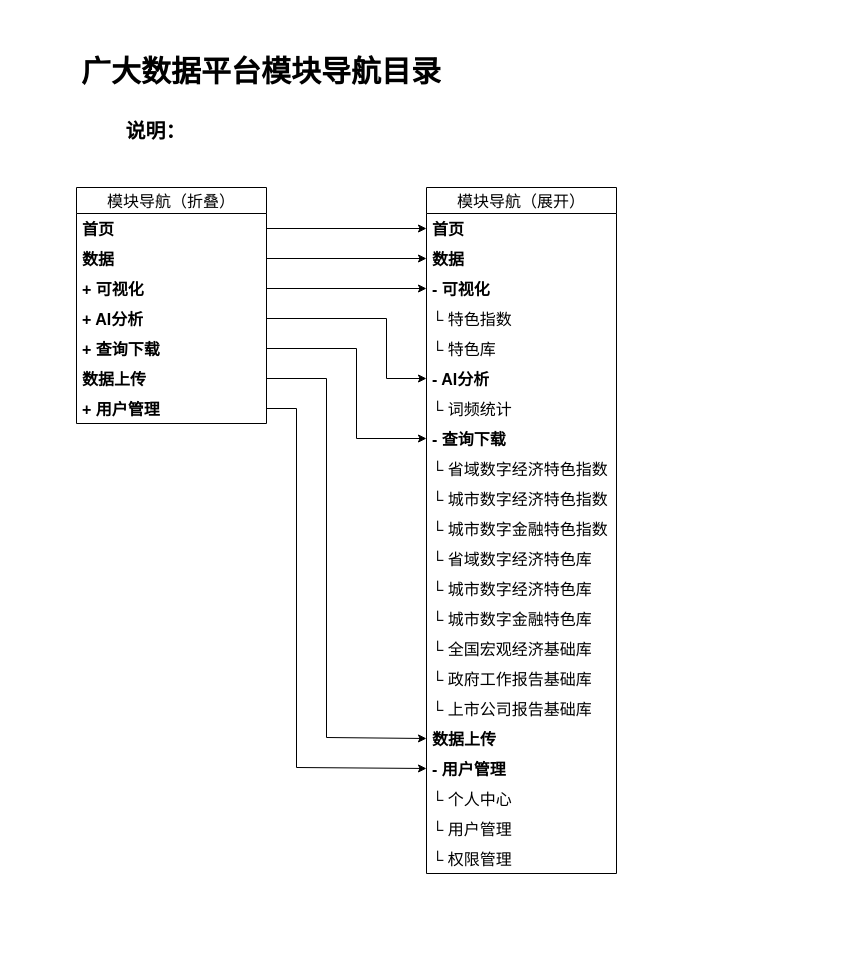
Above: page "二期导航目录" (3 of 10) of 广大数据平台逻辑图.drawio in wangzijia122/drawio_repository (draw.io), before the change. Source tidied: cells renumbered, new cells numbered last; positions are measured from the earlier drawing's top-left corner, leaving out a move shared by most shapes. Both pictures are drawn from the tidied source at 100%, with x=0, y=0 at pixel (76, 27).
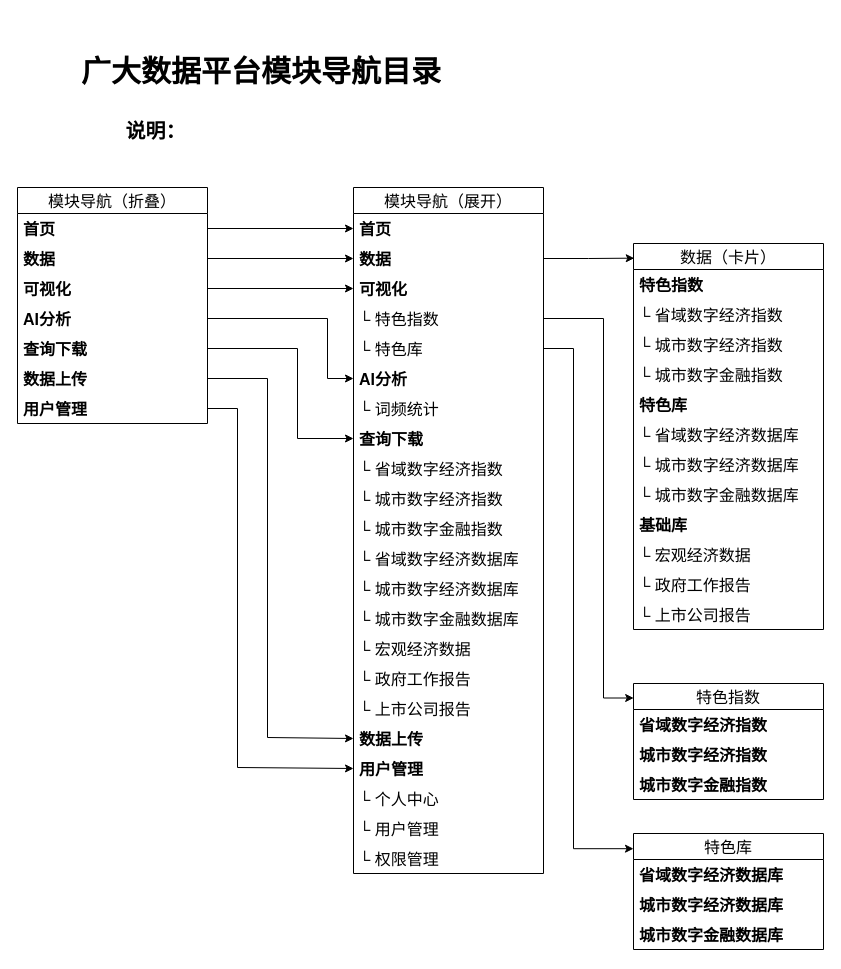
After the change.

Commit message (it also covers changes not shown here):
更新广大数据平台逻辑图.drawio

The change refers to these unchanged cells:
```xml
<mxCell id="5" value="数据" style="text;strokeColor=none;fillColor=none;spacingLeft=4;spacingRight=4;overflow=hidden;points=[[0,0.5],[1,0.5]];portConstraint=eastwest;fontSize=16;whiteSpace=wrap;html=1;fontStyle=1;" parent="3" vertex="1">
  <mxGeometry y="56" width="190" height="30" as="geometry" />
</mxCell>
<mxCell id="7" value="└ 特色指数" style="text;strokeColor=none;fillColor=none;spacingLeft=4;spacingRight=4;overflow=hidden;points=[[0,0.5],[1,0.5]];portConstraint=eastwest;fontSize=16;whiteSpace=wrap;html=1;" parent="3" vertex="1">
  <mxGeometry y="116" width="190" height="30" as="geometry" />
</mxCell>
<mxCell id="8" value="└ 特色库" style="text;strokeColor=none;fillColor=none;spacingLeft=4;spacingRight=4;overflow=hidden;points=[[0,0.5],[1,0.5]];portConstraint=eastwest;fontSize=16;whiteSpace=wrap;html=1;" parent="3" vertex="1">
  <mxGeometry y="146" width="190" height="30" as="geometry" />
</mxCell>
<mxCell id="21" value="数据上传" style="text;strokeColor=none;fillColor=none;spacingLeft=4;spacingRight=4;overflow=hidden;points=[[0,0.5],[1,0.5]];portConstraint=eastwest;fontSize=16;whiteSpace=wrap;html=1;fontStyle=1;" parent="3" vertex="1">
  <mxGeometry y="536" width="190" height="30" as="geometry" />
</mxCell>
<mxCell id="32" value="数据上传" style="text;strokeColor=none;fillColor=none;spacingLeft=4;spacingRight=4;overflow=hidden;points=[[0,0.5],[1,0.5]];portConstraint=eastwest;fontSize=16;whiteSpace=wrap;html=1;fontStyle=1;" parent="26" vertex="1">
  <mxGeometry y="176" width="190" height="30" as="geometry" />
</mxCell>
```

Diff of the diagram source:
```diff
@@
     <mxCell id="3" value="模块导航（展开）" style="swimlane;fontStyle=0;horizontal=1;startSize=26;align=center;fontSize=16;" parent="1" vertex="1">
-      <mxGeometry x="350" y="160" width="190" height="686" as="geometry" />
+      <mxGeometry x="277" y="160" width="190" height="686" as="geometry" />
     </mxCell>
@@
-    <mxCell id="6" value="- 可视化" style="text;strokeColor=none;fillColor=none;spacingLeft=4;spacingRight=4;overflow=hidden;points=[[0,0.5],[1,0.5]];portConstraint=eastwest;fontSize=16;whiteSpace=wrap;html=1;fontStyle=1;" parent="3" vertex="1">
+    <mxCell id="6" value="可视化" style="text;strokeColor=none;fillColor=none;spacingLeft=4;spacingRight=4;overflow=hidden;points=[[0,0.5],[1,0.5]];portConstraint=eastwest;fontSize=16;whiteSpace=wrap;html=1;fontStyle=1;" parent="3" vertex="1">
       <mxGeometry y="86" width="190" height="30" as="geometry" />
     </mxCell>
@@
-    <mxCell id="9" value="- AI分析" style="text;strokeColor=none;fillColor=none;spacingLeft=4;spacingRight=4;overflow=hidden;points=[[0,0.5],[1,0.5]];portConstraint=eastwest;fontSize=16;whiteSpace=wrap;html=1;fontStyle=1;" parent="3" vertex="1">
+    <mxCell id="9" value="AI分析" style="text;strokeColor=none;fillColor=none;spacingLeft=4;spacingRight=4;overflow=hidden;points=[[0,0.5],[1,0.5]];portConstraint=eastwest;fontSize=16;whiteSpace=wrap;html=1;fontStyle=1;" parent="3" vertex="1">
       <mxGeometry y="176" width="190" height="30" as="geometry" />
     </mxCell>
@@
-    <mxCell id="11" value="- 查询下载" style="text;strokeColor=none;fillColor=none;spacingLeft=4;spacingRight=4;overflow=hidden;points=[[0,0.5],[1,0.5]];portConstraint=eastwest;fontSize=16;whiteSpace=wrap;html=1;fontStyle=1;" parent="3" vertex="1">
+    <mxCell id="11" value="查询下载" style="text;strokeColor=none;fillColor=none;spacingLeft=4;spacingRight=4;overflow=hidden;points=[[0,0.5],[1,0.5]];portConstraint=eastwest;fontSize=16;whiteSpace=wrap;html=1;fontStyle=1;" parent="3" vertex="1">
       <mxGeometry y="236" width="190" height="30" as="geometry" />
     </mxCell>
-    <mxCell id="12" value="└&amp;nbsp;省域数字经济特色指数" style="text;strokeColor=none;fillColor=none;spacingLeft=4;spacingRight=4;overflow=hidden;fontSize=16;whiteSpace=wrap;html=1;" parent="3" vertex="1">
+    <mxCell id="12" value="└&amp;nbsp;省域数字经济指数" style="text;strokeColor=none;fillColor=none;spacingLeft=4;spacingRight=4;overflow=hidden;fontSize=16;whiteSpace=wrap;html=1;" parent="3" vertex="1">
       <mxGeometry y="266" width="190" height="30" as="geometry" />
     </mxCell>
-    <mxCell id="13" value="└ 城市数字经济特色指数" style="text;strokeColor=none;fillColor=none;spacingLeft=4;spacingRight=4;overflow=hidden;fontSize=16;whiteSpace=wrap;html=1;" parent="3" vertex="1">
+    <mxCell id="13" value="└ 城市数字经济指数" style="text;strokeColor=none;fillColor=none;spacingLeft=4;spacingRight=4;overflow=hidden;fontSize=16;whiteSpace=wrap;html=1;" parent="3" vertex="1">
       <mxGeometry y="296" width="190" height="30" as="geometry" />
     </mxCell>
-    <mxCell id="14" value="└&amp;nbsp;城市数字金融特色指数" style="text;strokeColor=none;fillColor=none;spacingLeft=4;spacingRight=4;overflow=hidden;fontSize=16;whiteSpace=wrap;html=1;" parent="3" vertex="1">
+    <mxCell id="14" value="└&amp;nbsp;城市数字金融指数" style="text;strokeColor=none;fillColor=none;spacingLeft=4;spacingRight=4;overflow=hidden;fontSize=16;whiteSpace=wrap;html=1;" parent="3" vertex="1">
       <mxGeometry y="326" width="190" height="30" as="geometry" />
     </mxCell>
-    <mxCell id="15" value="└&amp;nbsp;省域数字经济特色库" style="text;strokeColor=none;fillColor=none;spacingLeft=4;spacingRight=4;overflow=hidden;fontSize=16;whiteSpace=wrap;html=1;" parent="3" vertex="1">
+    <mxCell id="15" value="└&amp;nbsp;省域数字经济数据库" style="text;strokeColor=none;fillColor=none;spacingLeft=4;spacingRight=4;overflow=hidden;fontSize=16;whiteSpace=wrap;html=1;" parent="3" vertex="1">
       <mxGeometry y="356" width="190" height="30" as="geometry" />
     </mxCell>
-    <mxCell id="16" value="└ 城市数字经济特色库" style="text;strokeColor=none;fillColor=none;spacingLeft=4;spacingRight=4;overflow=hidden;fontSize=16;whiteSpace=wrap;html=1;" parent="3" vertex="1">
+    <mxCell id="16" value="└ 城市数字经济数据库" style="text;strokeColor=none;fillColor=none;spacingLeft=4;spacingRight=4;overflow=hidden;fontSize=16;whiteSpace=wrap;html=1;" parent="3" vertex="1">
       <mxGeometry y="386" width="190" height="30" as="geometry" />
     </mxCell>
-    <mxCell id="17" value="└ 城市数字金融特色库" style="text;strokeColor=none;fillColor=none;spacingLeft=4;spacingRight=4;overflow=hidden;fontSize=16;whiteSpace=wrap;html=1;" parent="3" vertex="1">
+    <mxCell id="17" value="└ 城市数字金融数据库" style="text;strokeColor=none;fillColor=none;spacingLeft=4;spacingRight=4;overflow=hidden;fontSize=16;whiteSpace=wrap;html=1;" parent="3" vertex="1">
       <mxGeometry y="416" width="190" height="30" as="geometry" />
     </mxCell>
-    <mxCell id="18" value="└&amp;nbsp;全国宏观经济基础库" style="text;strokeColor=none;fillColor=none;spacingLeft=4;spacingRight=4;overflow=hidden;fontSize=16;whiteSpace=wrap;html=1;" parent="3" vertex="1">
+    <mxCell id="18" value="└ 宏观经济数据" style="text;strokeColor=none;fillColor=none;spacingLeft=4;spacingRight=4;overflow=hidden;fontSize=16;whiteSpace=wrap;html=1;" parent="3" vertex="1">
       <mxGeometry y="446" width="190" height="30" as="geometry" />
     </mxCell>
-    <mxCell id="19" value="└&amp;nbsp;政府工作报告基础库" style="text;strokeColor=none;fillColor=none;spacingLeft=4;spacingRight=4;overflow=hidden;fontSize=16;whiteSpace=wrap;html=1;" parent="3" vertex="1">
+    <mxCell id="19" value="└&amp;nbsp;政府工作报告" style="text;strokeColor=none;fillColor=none;spacingLeft=4;spacingRight=4;overflow=hidden;fontSize=16;whiteSpace=wrap;html=1;" parent="3" vertex="1">
       <mxGeometry y="476" width="190" height="30" as="geometry" />
     </mxCell>
-    <mxCell id="20" value="└&amp;nbsp;上市公司报告基础库" style="text;strokeColor=none;fillColor=none;spacingLeft=4;spacingRight=4;overflow=hidden;fontSize=16;whiteSpace=wrap;html=1;" parent="3" vertex="1">
+    <mxCell id="20" value="└&amp;nbsp;上市公司报告" style="text;strokeColor=none;fillColor=none;spacingLeft=4;spacingRight=4;overflow=hidden;fontSize=16;whiteSpace=wrap;html=1;" parent="3" vertex="1">
       <mxGeometry y="506" width="190" height="30" as="geometry" />
     </mxCell>
@@
-    <mxCell id="22" value="- 用户管理" style="text;strokeColor=none;fillColor=none;spacingLeft=4;spacingRight=4;overflow=hidden;points=[[0,0.5],[1,0.5]];portConstraint=eastwest;fontSize=16;whiteSpace=wrap;html=1;fontStyle=1;" parent="3" vertex="1">
+    <mxCell id="22" value="用户管理" style="text;strokeColor=none;fillColor=none;spacingLeft=4;spacingRight=4;overflow=hidden;points=[[0,0.5],[1,0.5]];portConstraint=eastwest;fontSize=16;whiteSpace=wrap;html=1;fontStyle=1;" parent="3" vertex="1">
       <mxGeometry y="566" width="190" height="30" as="geometry" />
     </mxCell>
@@
     <mxCell id="26" value="模块导航（折叠）" style="swimlane;fontStyle=0;horizontal=1;startSize=26;align=center;fontSize=16;" parent="1" vertex="1">
-      <mxGeometry y="160" width="190" height="236" as="geometry" />
+      <mxGeometry x="-59" y="160" width="190" height="236" as="geometry" />
     </mxCell>
@@
-    <mxCell id="29" value="+ 可视化" style="text;strokeColor=none;fillColor=none;spacingLeft=4;spacingRight=4;overflow=hidden;points=[[0,0.5],[1,0.5]];portConstraint=eastwest;fontSize=16;whiteSpace=wrap;html=1;fontStyle=1;" parent="26" vertex="1">
+    <mxCell id="29" value="可视化" style="text;strokeColor=none;fillColor=none;spacingLeft=4;spacingRight=4;overflow=hidden;points=[[0,0.5],[1,0.5]];portConstraint=eastwest;fontSize=16;whiteSpace=wrap;html=1;fontStyle=1;" parent="26" vertex="1">
       <mxGeometry y="86" width="190" height="30" as="geometry" />
     </mxCell>
-    <mxCell id="30" value="+ AI分析" style="text;strokeColor=none;fillColor=none;spacingLeft=4;spacingRight=4;overflow=hidden;points=[[0,0.5],[1,0.5]];portConstraint=eastwest;fontSize=16;whiteSpace=wrap;html=1;fontStyle=1;" parent="26" vertex="1">
+    <mxCell id="30" value="AI分析" style="text;strokeColor=none;fillColor=none;spacingLeft=4;spacingRight=4;overflow=hidden;points=[[0,0.5],[1,0.5]];portConstraint=eastwest;fontSize=16;whiteSpace=wrap;html=1;fontStyle=1;" parent="26" vertex="1">
       <mxGeometry y="116" width="190" height="30" as="geometry" />
     </mxCell>
-    <mxCell id="31" value="+ 查询下载" style="text;strokeColor=none;fillColor=none;spacingLeft=4;spacingRight=4;overflow=hidden;points=[[0,0.5],[1,0.5]];portConstraint=eastwest;fontSize=16;whiteSpace=wrap;html=1;fontStyle=1;" parent="26" vertex="1">
+    <mxCell id="31" value="查询下载" style="text;strokeColor=none;fillColor=none;spacingLeft=4;spacingRight=4;overflow=hidden;points=[[0,0.5],[1,0.5]];portConstraint=eastwest;fontSize=16;whiteSpace=wrap;html=1;fontStyle=1;" parent="26" vertex="1">
       <mxGeometry y="146" width="190" height="30" as="geometry" />
     </mxCell>
@@
-    <mxCell id="33" value="+ 用户管理" style="text;strokeColor=none;fillColor=none;spacingLeft=4;spacingRight=4;overflow=hidden;points=[[0,0.5],[1,0.5]];portConstraint=eastwest;fontSize=16;whiteSpace=wrap;html=1;fontStyle=1;" parent="26" vertex="1">
+    <mxCell id="33" value="用户管理" style="text;strokeColor=none;fillColor=none;spacingLeft=4;spacingRight=4;overflow=hidden;points=[[0,0.5],[1,0.5]];portConstraint=eastwest;fontSize=16;whiteSpace=wrap;html=1;fontStyle=1;" parent="26" vertex="1">
       <mxGeometry y="206" width="190" height="30" as="geometry" />
     </mxCell>
@@
     <mxCell id="37" style="edgeStyle=orthogonalEdgeStyle;rounded=0;jettySize=auto;html=1;exitX=1;exitY=0.5;exitDx=0;exitDy=0;entryX=0;entryY=0.5;entryDx=0;entryDy=0;fontSize=16;" parent="1" edge="1" source="30" target="9">
       <mxGeometry relative="1" as="geometry">
         <Array as="points">
-          <mxPoint x="310" y="291" />
-          <mxPoint x="310" y="351" />
+          <mxPoint x="251" y="291" />
+          <mxPoint x="251" y="351" />
         </Array>
       </mxGeometry>
     </mxCell>
     <mxCell id="38" style="edgeStyle=orthogonalEdgeStyle;rounded=0;jettySize=auto;html=1;exitX=1;exitY=0.5;exitDx=0;exitDy=0;entryX=0;entryY=0.5;entryDx=0;entryDy=0;fontSize=16;" parent="1" edge="1" source="31" target="11">
       <mxGeometry relative="1" as="geometry">
         <Array as="points">
-          <mxPoint x="280" y="321" />
-          <mxPoint x="280" y="411" />
+          <mxPoint x="221" y="321" />
+          <mxPoint x="221" y="411" />
         </Array>
       </mxGeometry>
     </mxCell>
     <mxCell id="39" style="edgeStyle=orthogonalEdgeStyle;rounded=0;jettySize=auto;html=1;exitX=1;exitY=0.5;exitDx=0;exitDy=0;entryX=0;entryY=0.5;entryDx=0;entryDy=0;fontSize=16;" parent="1" edge="1" source="32" target="21">
       <mxGeometry relative="1" as="geometry">
         <Array as="points">
-          <mxPoint x="250" y="351" />
-          <mxPoint x="250" y="710" />
+          <mxPoint x="191" y="351" />
+          <mxPoint x="191" y="710" />
         </Array>
       </mxGeometry>
     </mxCell>
     <mxCell id="40" style="edgeStyle=orthogonalEdgeStyle;rounded=0;jettySize=auto;html=1;exitX=1;exitY=0.5;exitDx=0;exitDy=0;entryX=0;entryY=0.5;entryDx=0;entryDy=0;fontSize=16;" parent="1" edge="1" source="33" target="22">
       <mxGeometry relative="1" as="geometry">
         <Array as="points">
-          <mxPoint x="220" y="381" />
-          <mxPoint x="220" y="740" />
+          <mxPoint x="161" y="381" />
+          <mxPoint x="161" y="740" />
         </Array>
       </mxGeometry>
     </mxCell>
+    <mxCell id="41" value="特色指数" style="swimlane;fontStyle=0;horizontal=1;startSize=26;align=center;fontSize=16;" parent="1" vertex="1">
+      <mxGeometry x="557" y="656" width="190" height="116" as="geometry" />
+    </mxCell>
+    <mxCell id="42" value="省域数字经济指数" style="text;strokeColor=none;fillColor=none;spacingLeft=4;spacingRight=4;overflow=hidden;fontSize=16;whiteSpace=wrap;html=1;fontStyle=1;" parent="41" vertex="1">
+      <mxGeometry y="26" width="190" height="30" as="geometry" />
+    </mxCell>
+    <mxCell id="43" value="城市数字经济指数" style="text;strokeColor=none;fillColor=none;spacingLeft=4;spacingRight=4;overflow=hidden;fontSize=16;whiteSpace=wrap;html=1;fontStyle=1;" parent="41" vertex="1">
+      <mxGeometry y="56" width="190" height="30" as="geometry" />
+    </mxCell>
+    <mxCell id="44" value="城市数字金融指数" style="text;strokeColor=none;fillColor=none;spacingLeft=4;spacingRight=4;overflow=hidden;fontSize=16;whiteSpace=wrap;html=1;fontStyle=1;" parent="41" vertex="1">
+      <mxGeometry y="86" width="190" height="30" as="geometry" />
+    </mxCell>
+    <mxCell id="45" value="数据（卡片）" style="swimlane;fontStyle=0;horizontal=1;startSize=26;align=center;fontSize=16;" parent="1" vertex="1">
+      <mxGeometry x="557" y="216" width="190" height="386" as="geometry" />
+    </mxCell>
+    <mxCell id="46" value="特色指数" style="text;strokeColor=none;fillColor=none;spacingLeft=4;spacingRight=4;overflow=hidden;fontSize=16;whiteSpace=wrap;html=1;fontStyle=1;" parent="45" vertex="1">
+      <mxGeometry y="26" width="190" height="30" as="geometry" />
+    </mxCell>
+    <mxCell id="47" value="└&amp;nbsp;省域数字经济指数" style="text;strokeColor=none;fillColor=none;spacingLeft=4;spacingRight=4;overflow=hidden;fontSize=16;whiteSpace=wrap;html=1;fontStyle=0;" parent="45" vertex="1">
+      <mxGeometry y="56" width="190" height="30" as="geometry" />
+    </mxCell>
+    <mxCell id="48" value="└ 城市数字经济指数" style="text;strokeColor=none;fillColor=none;spacingLeft=4;spacingRight=4;overflow=hidden;fontSize=16;whiteSpace=wrap;html=1;fontStyle=0;" parent="45" vertex="1">
+      <mxGeometry y="86" width="190" height="30" as="geometry" />
+    </mxCell>
+    <mxCell id="49" value="└&amp;nbsp;城市数字金融指数" style="text;strokeColor=none;fillColor=none;spacingLeft=4;spacingRight=4;overflow=hidden;fontSize=16;whiteSpace=wrap;html=1;fontStyle=0;" parent="45" vertex="1">
+      <mxGeometry y="116" width="190" height="30" as="geometry" />
+    </mxCell>
+    <mxCell id="50" value="特色库" style="text;strokeColor=none;fillColor=none;spacingLeft=4;spacingRight=4;overflow=hidden;fontSize=16;whiteSpace=wrap;html=1;fontStyle=1;" parent="45" vertex="1">
+      <mxGeometry y="146" width="190" height="30" as="geometry" />
+    </mxCell>
+    <mxCell id="51" value="└&amp;nbsp;省域数字经济数据库" style="text;strokeColor=none;fillColor=none;spacingLeft=4;spacingRight=4;overflow=hidden;fontSize=16;whiteSpace=wrap;html=1;fontStyle=0;" parent="45" vertex="1">
+      <mxGeometry y="176" width="190" height="30" as="geometry" />
+    </mxCell>
+    <mxCell id="52" value="└ 城市数字经济数据库" style="text;strokeColor=none;fillColor=none;spacingLeft=4;spacingRight=4;overflow=hidden;fontSize=16;whiteSpace=wrap;html=1;fontStyle=0;" parent="45" vertex="1">
+      <mxGeometry y="206" width="190" height="30" as="geometry" />
+    </mxCell>
+    <mxCell id="53" value="└ 城市数字金融数据库" style="text;strokeColor=none;fillColor=none;spacingLeft=4;spacingRight=4;overflow=hidden;fontSize=16;whiteSpace=wrap;html=1;fontStyle=0;" parent="45" vertex="1">
+      <mxGeometry y="236" width="190" height="30" as="geometry" />
+    </mxCell>
+    <mxCell id="54" value="基础库" style="text;strokeColor=none;fillColor=none;spacingLeft=4;spacingRight=4;overflow=hidden;fontSize=16;whiteSpace=wrap;html=1;fontStyle=1;" parent="45" vertex="1">
+      <mxGeometry y="266" width="190" height="30" as="geometry" />
+    </mxCell>
+    <mxCell id="55" value="└ 宏观经济数据" style="text;strokeColor=none;fillColor=none;spacingLeft=4;spacingRight=4;overflow=hidden;fontSize=16;whiteSpace=wrap;html=1;fontStyle=0;" parent="45" vertex="1">
+      <mxGeometry y="296" width="190" height="30" as="geometry" />
+    </mxCell>
+    <mxCell id="56" value="└&amp;nbsp;政府工作报告" style="text;strokeColor=none;fillColor=none;spacingLeft=4;spacingRight=4;overflow=hidden;fontSize=16;whiteSpace=wrap;html=1;fontStyle=0;" parent="45" vertex="1">
+      <mxGeometry y="326" width="190" height="30" as="geometry" />
+    </mxCell>
+    <mxCell id="57" value="└&amp;nbsp;上市公司报告" style="text;strokeColor=none;fillColor=none;spacingLeft=4;spacingRight=4;overflow=hidden;fontSize=16;whiteSpace=wrap;html=1;fontStyle=0;" parent="45" vertex="1">
+      <mxGeometry y="356" width="190" height="30" as="geometry" />
+    </mxCell>
+    <mxCell id="58" style="edgeStyle=orthogonalEdgeStyle;rounded=0;jettySize=auto;html=1;exitX=1;exitY=0.5;exitDx=0;exitDy=0;entryX=0.004;entryY=0.038;entryDx=0;entryDy=0;entryPerimeter=0;" parent="1" edge="1" source="5" target="45">
+      <mxGeometry relative="1" as="geometry" />
+    </mxCell>
+    <mxCell id="59" value="特色库" style="swimlane;fontStyle=0;horizontal=1;startSize=26;align=center;fontSize=16;" parent="1" vertex="1">
+      <mxGeometry x="557" y="806" width="190" height="116" as="geometry" />
+    </mxCell>
+    <mxCell id="60" value="省域数字经济数据库" style="text;strokeColor=none;fillColor=none;spacingLeft=4;spacingRight=4;overflow=hidden;fontSize=16;whiteSpace=wrap;html=1;fontStyle=1;" parent="59" vertex="1">
+      <mxGeometry y="26" width="190" height="30" as="geometry" />
+    </mxCell>
+    <mxCell id="61" value="城市数字经济数据库" style="text;strokeColor=none;fillColor=none;spacingLeft=4;spacingRight=4;overflow=hidden;fontSize=16;whiteSpace=wrap;html=1;fontStyle=1;" parent="59" vertex="1">
+      <mxGeometry y="56" width="190" height="30" as="geometry" />
+    </mxCell>
+    <mxCell id="62" value="城市数字金融数据库" style="text;strokeColor=none;fillColor=none;spacingLeft=4;spacingRight=4;overflow=hidden;fontSize=16;whiteSpace=wrap;html=1;fontStyle=1;" parent="59" vertex="1">
+      <mxGeometry y="86" width="190" height="30" as="geometry" />
+    </mxCell>
+    <mxCell id="63" style="edgeStyle=orthogonalEdgeStyle;rounded=0;jettySize=auto;html=1;exitX=1;exitY=0.5;exitDx=0;exitDy=0;entryX=0;entryY=0.131;entryDx=0;entryDy=0;entryPerimeter=0;" parent="1" edge="1" source="8" target="59">
+      <mxGeometry relative="1" as="geometry">
+        <Array as="points">
+          <mxPoint x="497" y="321" />
+          <mxPoint x="497" y="821" />
+        </Array>
+      </mxGeometry>
+    </mxCell>
+    <mxCell id="64" style="edgeStyle=orthogonalEdgeStyle;rounded=0;jettySize=auto;html=1;exitX=1;exitY=0.5;exitDx=0;exitDy=0;entryX=0.001;entryY=0.125;entryDx=0;entryDy=0;entryPerimeter=0;" parent="1" edge="1" source="7" target="41">
+      <mxGeometry relative="1" as="geometry">
+        <Array as="points">
+          <mxPoint x="527" y="291" />
+          <mxPoint x="527" y="671" />
+        </Array>
+      </mxGeometry>
+    </mxCell>
```
